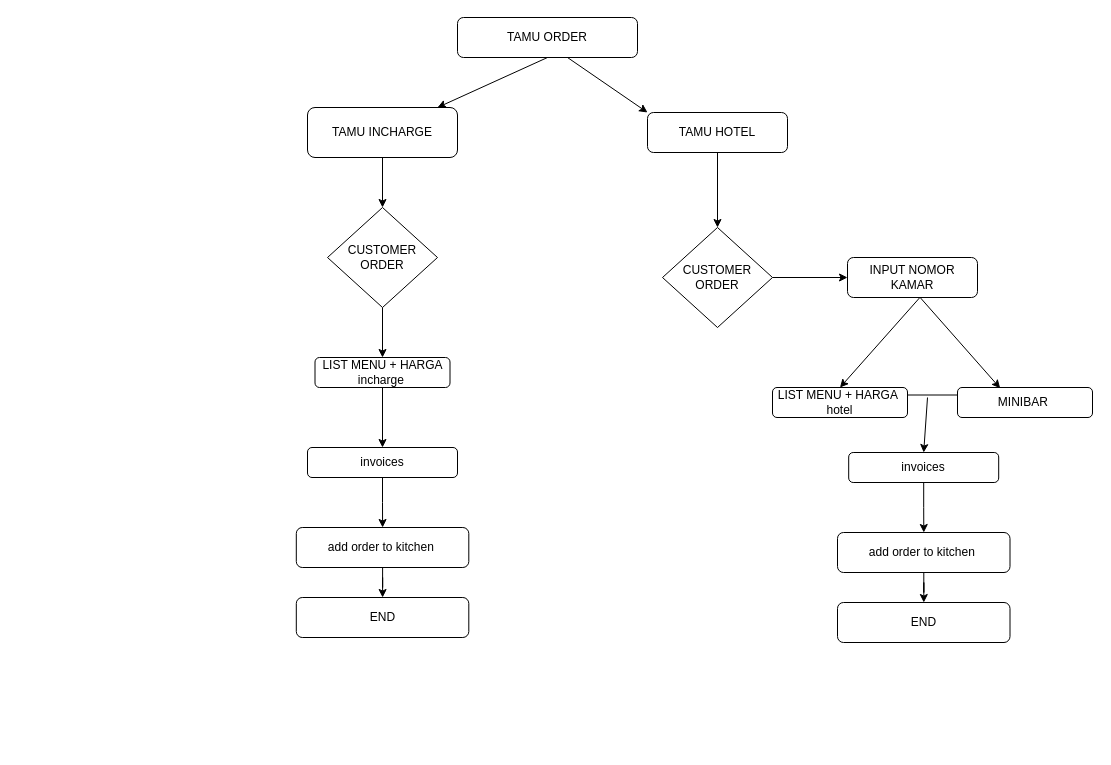
Before: subjects/Untitled Diagram.drawio in azzaky9/middlewares-flowcharts, a draw.io diagram. Source tidied: cells renumbered, new cells numbered last; positions are measured from the earlier drawing's top-left corner, leaving out a move shared by most shapes. Both pictures are drawn from the tidied source at 100%, with x=0, y=0 at pixel (296, 17).
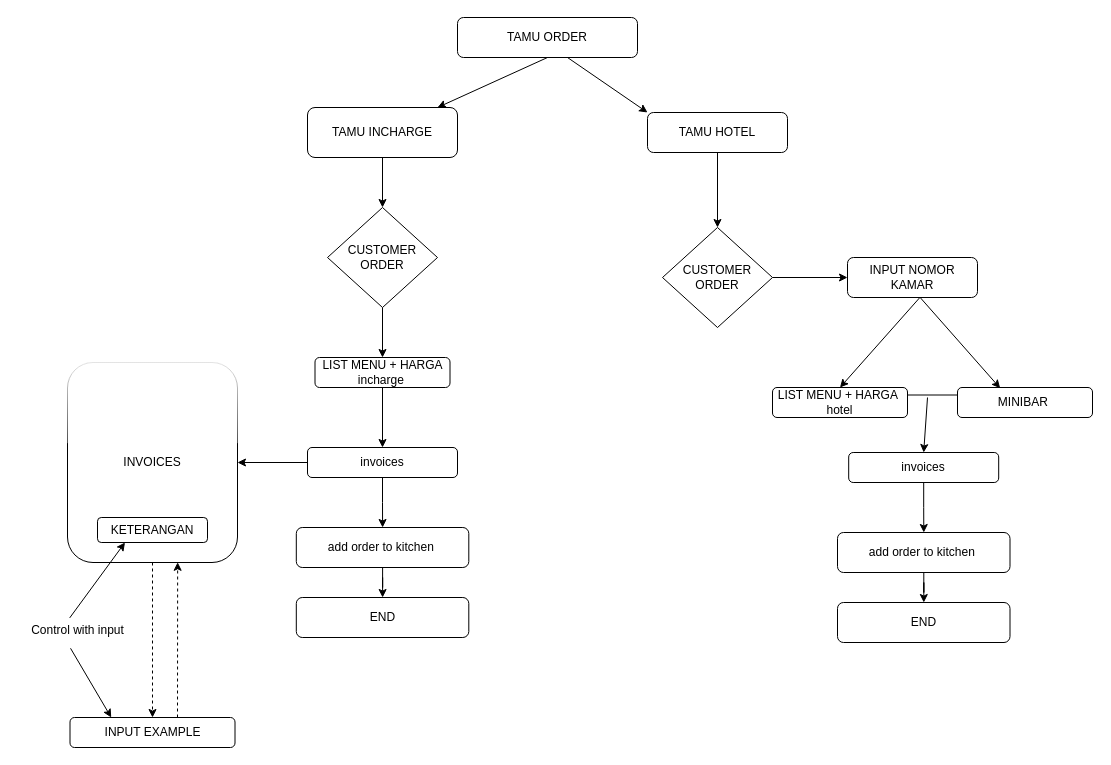
The same diagram, later.

Commit message:
update-flow-editable-date

The change refers to these unchanged cells:
```xml
<mxCell id="14" value="invoices" style="rounded=1;whiteSpace=wrap;html=1;" parent="1" vertex="1">
  <mxGeometry x="11" y="430" width="150" height="30" as="geometry" />
</mxCell>
```

The edit, as a diff of the source:
```diff
@@
+    <mxCell id="32" style="edgeStyle=orthogonalEdgeStyle;rounded=0;jettySize=auto;html=1;" parent="1" edge="1" source="14" target="34">
+      <mxGeometry relative="1" as="geometry" />
+    </mxCell>
@@
+    <mxCell id="33" style="edgeStyle=orthogonalEdgeStyle;rounded=0;jettySize=auto;html=1;dashed=1;" parent="1" edge="1" source="34" target="36">
+      <mxGeometry relative="1" as="geometry" />
+    </mxCell>
+    <mxCell id="34" value="INVOICES" style="rounded=1;whiteSpace=wrap;html=1;glass=1;" parent="1" vertex="1">
+      <mxGeometry x="-229" y="345" width="170" height="200" as="geometry" />
+    </mxCell>
+    <mxCell id="35" value="KETERANGAN" style="rounded=1;whiteSpace=wrap;html=1;" parent="1" vertex="1">
+      <mxGeometry x="-199" y="500" width="110" height="25" as="geometry" />
+    </mxCell>
+    <mxCell id="36" value="INPUT EXAMPLE" style="rounded=1;whiteSpace=wrap;html=1;" parent="1" vertex="1">
+      <mxGeometry x="-226.5" y="700" width="165" height="30" as="geometry" />
+    </mxCell>
+    <mxCell id="37" value="Control with input" style="text;html=1;align=center;verticalAlign=middle;points=[];strokeColor=none;fillColor=none;" parent="1" vertex="1">
+      <mxGeometry x="-279" y="598" width="120" height="30" as="geometry" />
+    </mxCell>
+    <mxCell id="38" style="endArrow=classic;html=1;rounded=0;exitX=0.435;exitY=0.08;exitDx=0;exitDy=0;exitPerimeter=0;entryX=0.25;entryY=1;entryDx=0;entryDy=0;" parent="1" edge="1" source="37" target="35">
+      <mxGeometry relative="1" as="geometry" />
+    </mxCell>
+    <mxCell id="39" style="endArrow=classic;html=1;rounded=0;exitX=0.442;exitY=1.093;exitDx=0;exitDy=0;exitPerimeter=0;entryX=0.25;entryY=0;entryDx=0;entryDy=0;" parent="1" edge="1" source="37" target="36">
+      <mxGeometry relative="1" as="geometry" />
+    </mxCell>
+    <mxCell id="40" style="endArrow=classic;html=1;rounded=0;entryX=0.648;entryY=0.999;entryDx=0;entryDy=0;entryPerimeter=0;dashed=1;" parent="1" edge="1" target="34">
+      <mxGeometry relative="1" as="geometry">
+        <mxPoint x="-119" y="700" as="sourcePoint" />
+      </mxGeometry>
+    </mxCell>
```
